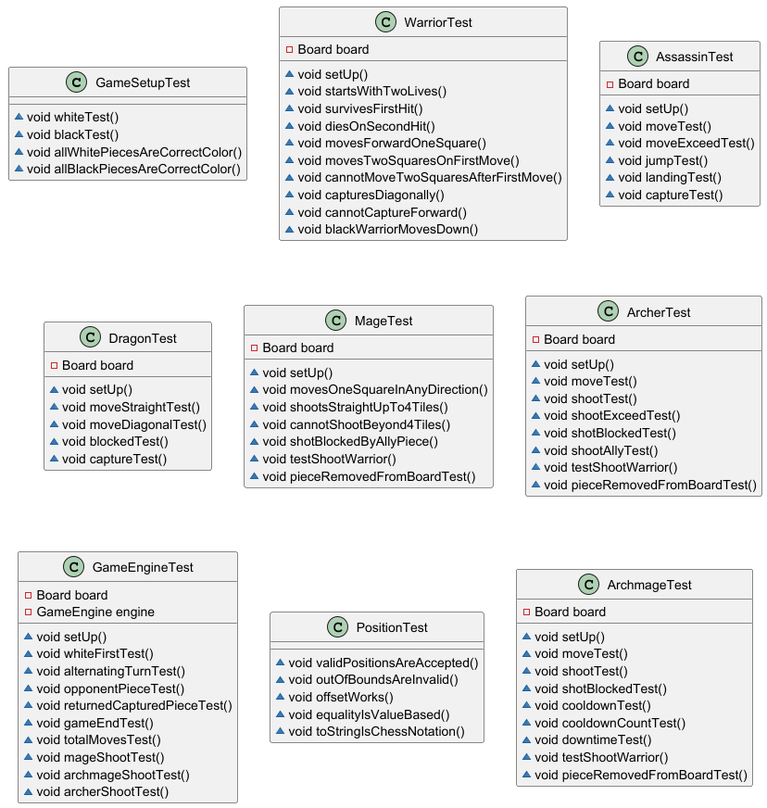
muanxng/Kuroshiro keeps this PlantUML diagram as src/main/resources/tests_diagram.png. Above is the earlier version. Source of this version:
```plantuml
@startuml
class GameSetupTest {
~ void whiteTest()
~ void blackTest()
~ void allWhitePiecesAreCorrectColor()
~ void allBlackPiecesAreCorrectColor()
}

class WarriorTest {
- Board board
~ void setUp()
~ void startsWithTwoLives()
~ void survivesFirstHit()
~ void diesOnSecondHit()
~ void movesForwardOneSquare()
~ void movesTwoSquaresOnFirstMove()
~ void cannotMoveTwoSquaresAfterFirstMove()
~ void capturesDiagonally()
~ void cannotCaptureForward()
~ void blackWarriorMovesDown()
}


class AssassinTest {
- Board board
~ void setUp()
~ void moveTest()
~ void moveExceedTest()
~ void jumpTest()
~ void landingTest()
~ void captureTest()
}


class DragonTest {
- Board board
~ void setUp()
~ void moveStraightTest()
~ void moveDiagonalTest()
~ void blockedTest()
~ void captureTest()
}


class MageTest {
- Board board
~ void setUp()
~ void movesOneSquareInAnyDirection()
~ void shootsStraightUpTo4Tiles()
~ void cannotShootBeyond4Tiles()
~ void shotBlockedByAllyPiece()
~ void testShootWarrior()
~ void pieceRemovedFromBoardTest()
}


class ArcherTest {
- Board board
~ void setUp()
~ void moveTest()
~ void shootTest()
~ void shootExceedTest()
~ void shotBlockedTest()
~ void shootAllyTest()
~ void testShootWarrior()
~ void pieceRemovedFromBoardTest()
}


class GameEngineTest {
- Board board
- GameEngine engine
~ void setUp()
~ void whiteFirstTest()
~ void alternatingTurnTest()
~ void opponentPieceTest()
~ void returnedCapturedPieceTest()
~ void gameEndTest()
~ void totalMovesTest()
~ void mageShootTest()
~ void archmageShootTest()
~ void archerShootTest()
}


class PositionTest {
~ void validPositionsAreAccepted()
~ void outOfBoundsAreInvalid()
~ void offsetWorks()
~ void equalityIsValueBased()
~ void toStringIsChessNotation()
}

class ArchmageTest {
- Board board
~ void setUp()
~ void moveTest()
~ void shootTest()
~ void shotBlockedTest()
~ void cooldownTest()
~ void cooldownCountTest()
~ void downtimeTest()
~ void testShootWarrior()
~ void pieceRemovedFromBoardTest()
}


@enduml
```
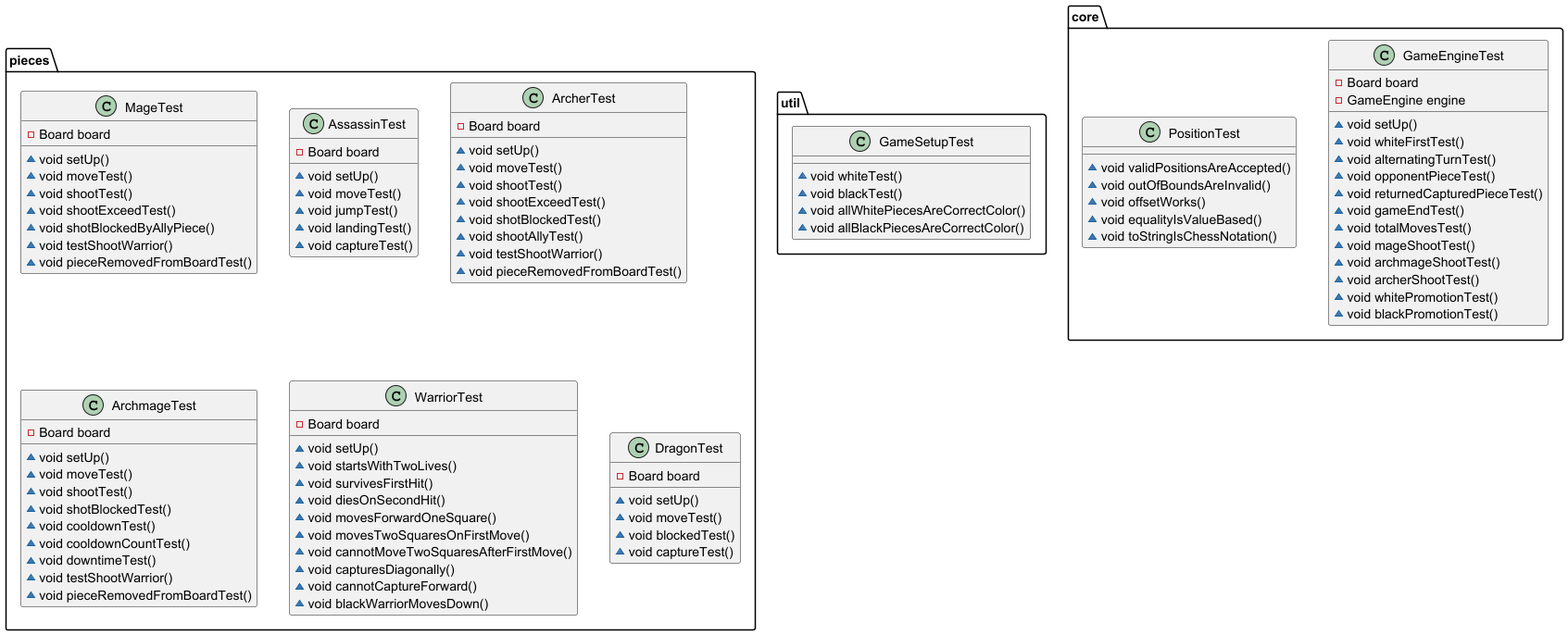
The same file after the commit.

What changed in the source:
```diff
@@ -1,12 +1,87 @@
 @startuml
-class GameSetupTest {
+class util.GameSetupTest {
 ~ void whiteTest()
 ~ void blackTest()
 ~ void allWhitePiecesAreCorrectColor()
 ~ void allBlackPiecesAreCorrectColor()
 }
 
-class WarriorTest {
+class core.PositionTest {
+~ void validPositionsAreAccepted()
+~ void outOfBoundsAreInvalid()
+~ void offsetWorks()
+~ void equalityIsValueBased()
+~ void toStringIsChessNotation()
+}
+
+class pieces.MageTest {
+- Board board
+~ void setUp()
+~ void moveTest()
+~ void shootTest()
+~ void shootExceedTest()
+~ void shotBlockedByAllyPiece()
+~ void testShootWarrior()
+~ void pieceRemovedFromBoardTest()
+}
+
+
+class pieces.AssassinTest {
+- Board board
+~ void setUp()
+~ void moveTest()
+~ void jumpTest()
+~ void landingTest()
+~ void captureTest()
+}
+
+
+class pieces.ArcherTest {
+- Board board
+~ void setUp()
+~ void moveTest()
+~ void shootTest()
+~ void shootExceedTest()
+~ void shotBlockedTest()
+~ void shootAllyTest()
+~ void testShootWarrior()
+~ void pieceRemovedFromBoardTest()
+}
+
+
+class core.GameEngineTest {
+- Board board
+- GameEngine engine
+~ void setUp()
+~ void whiteFirstTest()
+~ void alternatingTurnTest()
+~ void opponentPieceTest()
+~ void returnedCapturedPieceTest()
+~ void gameEndTest()
+~ void totalMovesTest()
+~ void mageShootTest()
+~ void archmageShootTest()
+~ void archerShootTest()
+~ void whitePromotionTest()
+~ void blackPromotionTest()
+}
+
+
+class pieces.ArchmageTest {
+- Board board
+~ void setUp()
+~ void moveTest()
+~ void shootTest()
+~ void shotBlockedTest()
+~ void cooldownTest()
+~ void cooldownCountTest()
+~ void downtimeTest()
+~ void testShootWarrior()
+~ void pieceRemovedFromBoardTest()
+}
+
+
+class pieces.WarriorTest {
 - Board board
 ~ void setUp()
 ~ void startsWithTwoLives()
@@ -21,88 +96,13 @@
 }
 
 
-class AssassinTest {
+class pieces.DragonTest {
 - Board board
 ~ void setUp()
 ~ void moveTest()
-~ void moveExceedTest()
-~ void jumpTest()
-~ void landingTest()
-~ void captureTest()
-}
-
-
-class DragonTest {
-- Board board
-~ void setUp()
-~ void moveStraightTest()
-~ void moveDiagonalTest()
 ~ void blockedTest()
 ~ void captureTest()
 }
 
 
-class MageTest {
-- Board board
-~ void setUp()
-~ void movesOneSquareInAnyDirection()
-~ void shootsStraightUpTo4Tiles()
-~ void cannotShootBeyond4Tiles()
-~ void shotBlockedByAllyPiece()
-~ void testShootWarrior()
-~ void pieceRemovedFromBoardTest()
-}
-
-
-class ArcherTest {
-- Board board
-~ void setUp()
-~ void moveTest()
-~ void shootTest()
-~ void shootExceedTest()
-~ void shotBlockedTest()
-~ void shootAllyTest()
-~ void testShootWarrior()
-~ void pieceRemovedFromBoardTest()
-}
-
-
-class GameEngineTest {
-- Board board
-- GameEngine engine
-~ void setUp()
-~ void whiteFirstTest()
-~ void alternatingTurnTest()
-~ void opponentPieceTest()
-~ void returnedCapturedPieceTest()
-~ void gameEndTest()
-~ void totalMovesTest()
-~ void mageShootTest()
-~ void archmageShootTest()
-~ void archerShootTest()
-}
-
-
-class PositionTest {
-~ void validPositionsAreAccepted()
-~ void outOfBoundsAreInvalid()
-~ void offsetWorks()
-~ void equalityIsValueBased()
-~ void toStringIsChessNotation()
-}
-
-class ArchmageTest {
-- Board board
-~ void setUp()
-~ void moveTest()
-~ void shootTest()
-~ void shotBlockedTest()
-~ void cooldownTest()
-~ void cooldownCountTest()
-~ void downtimeTest()
-~ void testShootWarrior()
-~ void pieceRemovedFromBoardTest()
-}
-
-
 @enduml
```
